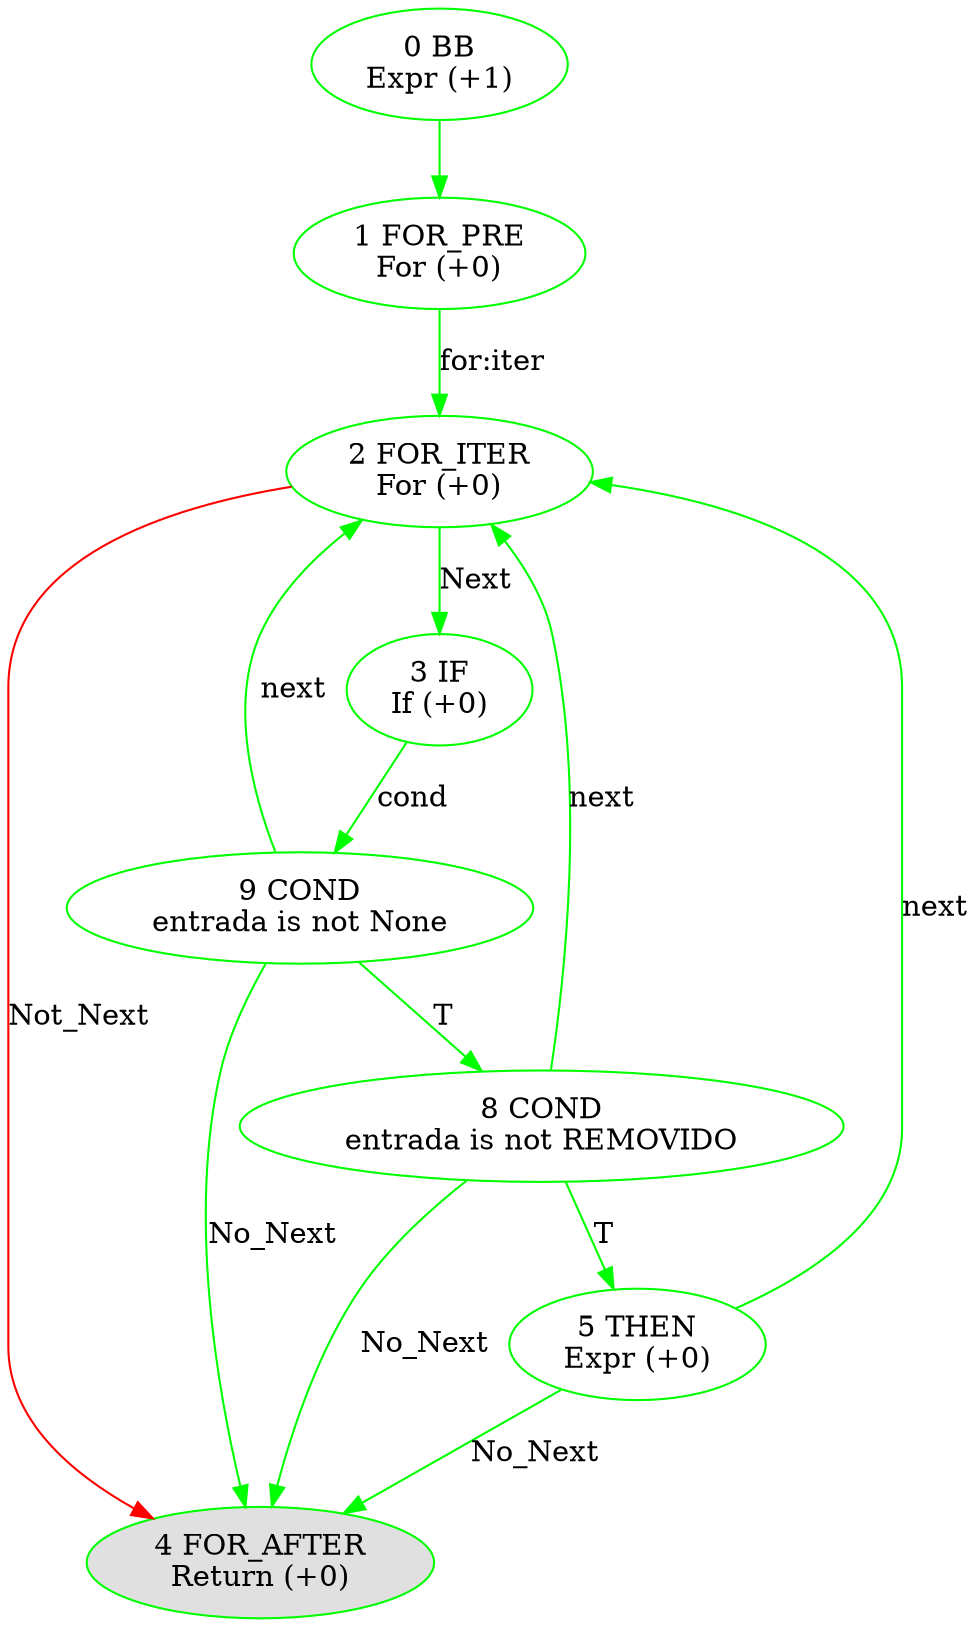
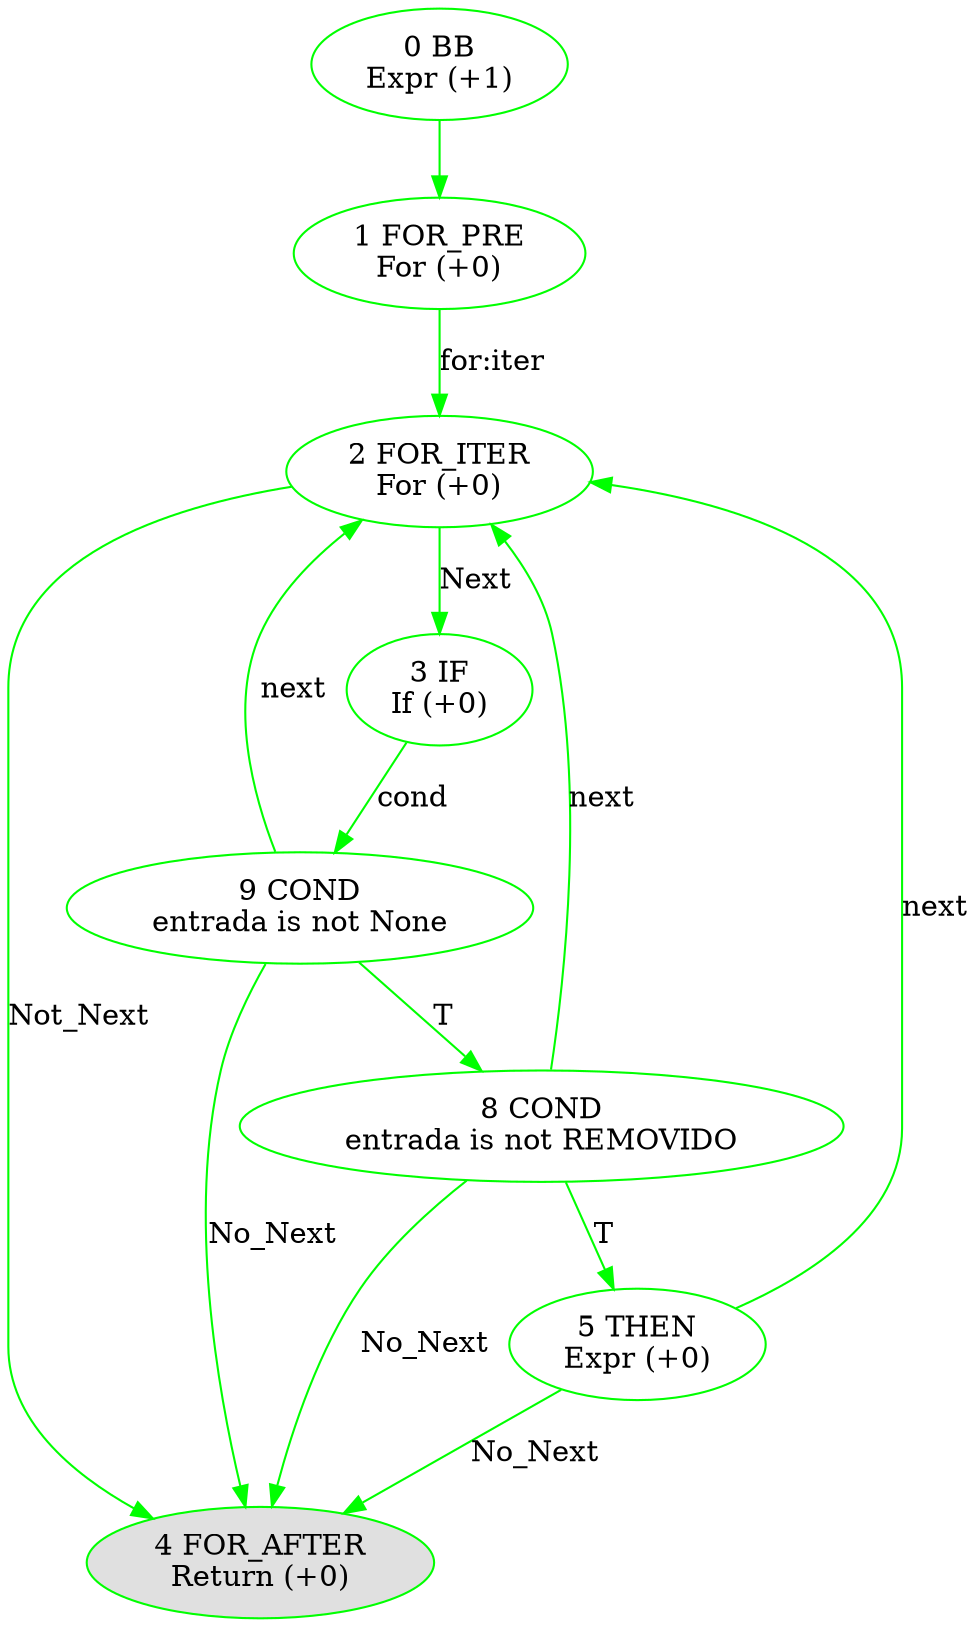
digraph {
0 [tooltip="\'\n        Devolve uma lista com todas as chaves presentes na tabela.\n        \'
resultado = []
",color=green,label="0 BB
Expr (+1)"]
1 [tooltip="for entrada in self.tabela:
    if entrada is not None and entrada is not REMOVIDO:
        resultado.append(entrada[0])
",color=green,label="1 FOR_PRE
For (+0)"]
2 [tooltip="",color=green,label="2 FOR_ITER
For (+0)"]
3 [tooltip="if entrada is not None and entrada is not REMOVIDO:
    resultado.append(entrada[0])
",color=green,label="3 IF
If (+0)"]
4 [tooltip="return resultado
",color=green,style=filled, fillcolor="#E0E0E0", label="4 FOR_AFTER
Return (+0)"]
5 [tooltip="resultado.append(entrada[0])
",color=green,label="5 THEN
Expr (+0)"]
8  [tooltip="entrada is not REMOVIDO",color=green,label="8 COND
entrada is not REMOVIDO"]
9  [tooltip="entrada is not None",color=green,label="9 COND
entrada is not None"]
0 -> 1 [label="",color=green]
1 -> 2 [label="for:iter",color=green]
2 -> 3 [label="Next",color=green]
8 -> 5 [label="T",color=green]
9 -> 8 [label="T",color=green]
3 -> 9 [label="cond",color=green]
- 2 -> 4 [label="Not_Next",color=red]
+ 2 -> 4 [label="Not_Next",color=green]
5 -> 2 [label="next",color=green]
5 -> 4 [label="No_Next",color=green]
8 -> 2 [label="next",color=green]
8 -> 4 [label="No_Next",color=green]
9 -> 2 [label="next",color=green]
9 -> 4 [label="No_Next",color=green]
}
